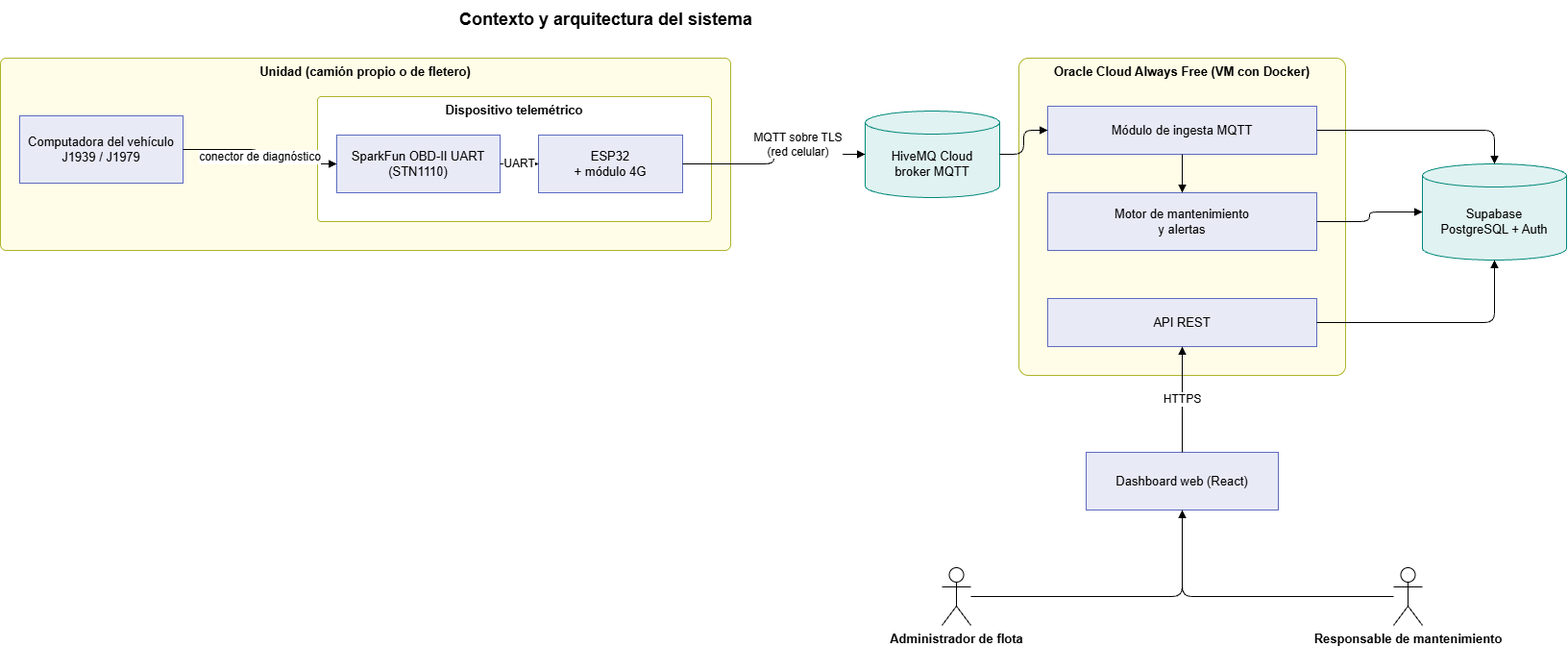
Above: docs/diagramas/02-arquitectura.png in MatiasEzequielVazquez/tup-tfi-telemetria (draw.io), before the change. Source tidied: cells renumbered, new cells last; positions are measured from the earlier drawing's top-left corner, leaving out a move shared by most shapes.
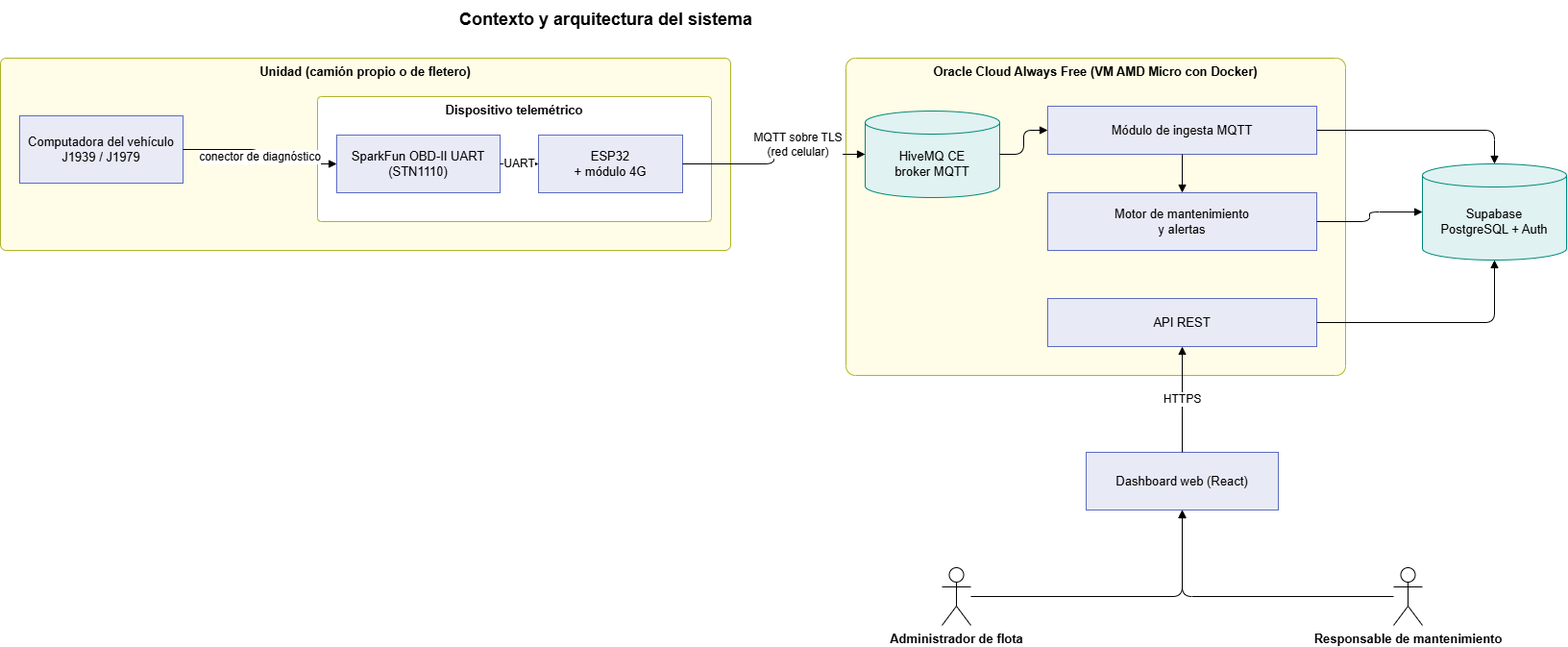
After the commit.

Commit message:
docs(diagramas): HiveMQ CE dentro de la VM de Oracle en la arquitectura

What changed in the source:
```diff
@@ -20,20 +20,20 @@
     <mxCell id="7" value="ESP32&lt;br&gt;+ módulo 4G" style="rounded=0;whiteSpace=wrap;html=1;fillColor=#E8EAF6;strokeColor=#5C6BC0;fontSize=13;" parent="5" vertex="1">
       <mxGeometry x="230" y="40" width="150" height="60" as="geometry" />
     </mxCell>
+    <mxCell id="9" value="Oracle Cloud Always Free (VM AMD Micro con Docker)" style="rounded=1;arcSize=3;whiteSpace=wrap;html=1;fillColor=#FFFDE7;strokeColor=#AFB42B;verticalAlign=top;fontStyle=1;fontSize=13;" parent="1" vertex="1">
+      <mxGeometry x="880" y="60" width="520" height="330" as="geometry" />
+    </mxCell>
-    <mxCell id="8" value="HiveMQ Cloud&lt;br&gt;broker MQTT" style="shape=cylinder3;whiteSpace=wrap;html=1;boundedLbl=1;size=12;fillColor=#E0F2F1;strokeColor=#00897B;fontSize=13;" parent="1" vertex="1">
-      <mxGeometry x="900" y="115" width="140" height="90" as="geometry" />
+    <mxCell id="8" value="HiveMQ CE&lt;br&gt;broker MQTT" style="shape=cylinder3;whiteSpace=wrap;html=1;boundedLbl=1;size=12;fillColor=#E0F2F1;strokeColor=#00897B;fontSize=13;" parent="9" vertex="1">
+      <mxGeometry x="20" y="55" width="140" height="90" as="geometry" />
     </mxCell>
-    <mxCell id="9" value="Oracle Cloud Always Free (VM con Docker)" style="rounded=1;arcSize=3;whiteSpace=wrap;html=1;fillColor=#FFFDE7;strokeColor=#AFB42B;verticalAlign=top;fontStyle=1;fontSize=13;" parent="1" vertex="1">
-      <mxGeometry x="1060" y="60" width="340" height="330" as="geometry" />
-    </mxCell>
     <mxCell id="10" value="Módulo de ingesta MQTT" style="rounded=0;whiteSpace=wrap;html=1;fillColor=#E8EAF6;strokeColor=#5C6BC0;fontSize=13;" parent="9" vertex="1">
-      <mxGeometry x="30" y="50" width="280" height="50" as="geometry" />
+      <mxGeometry x="210" y="50" width="280" height="50" as="geometry" />
     </mxCell>
     <mxCell id="11" value="Motor de mantenimiento&lt;br&gt;y alertas" style="rounded=0;whiteSpace=wrap;html=1;fillColor=#E8EAF6;strokeColor=#5C6BC0;fontSize=13;" parent="9" vertex="1">
-      <mxGeometry x="30" y="140" width="280" height="60" as="geometry" />
+      <mxGeometry x="210" y="140" width="280" height="60" as="geometry" />
     </mxCell>
     <mxCell id="12" value="API REST" style="rounded=0;whiteSpace=wrap;html=1;fillColor=#E8EAF6;strokeColor=#5C6BC0;fontSize=13;" parent="9" vertex="1">
-      <mxGeometry x="30" y="250" width="280" height="50" as="geometry" />
+      <mxGeometry x="210" y="250" width="280" height="50" as="geometry" />
     </mxCell>
     <mxCell id="13" value="Supabase&lt;br&gt;PostgreSQL + Auth" style="shape=cylinder3;whiteSpace=wrap;html=1;boundedLbl=1;size=12;fillColor=#E0F2F1;strokeColor=#00897B;fontSize=13;" parent="1" vertex="1">
       <mxGeometry x="1480" y="170" width="150" height="100" as="geometry" />
```
